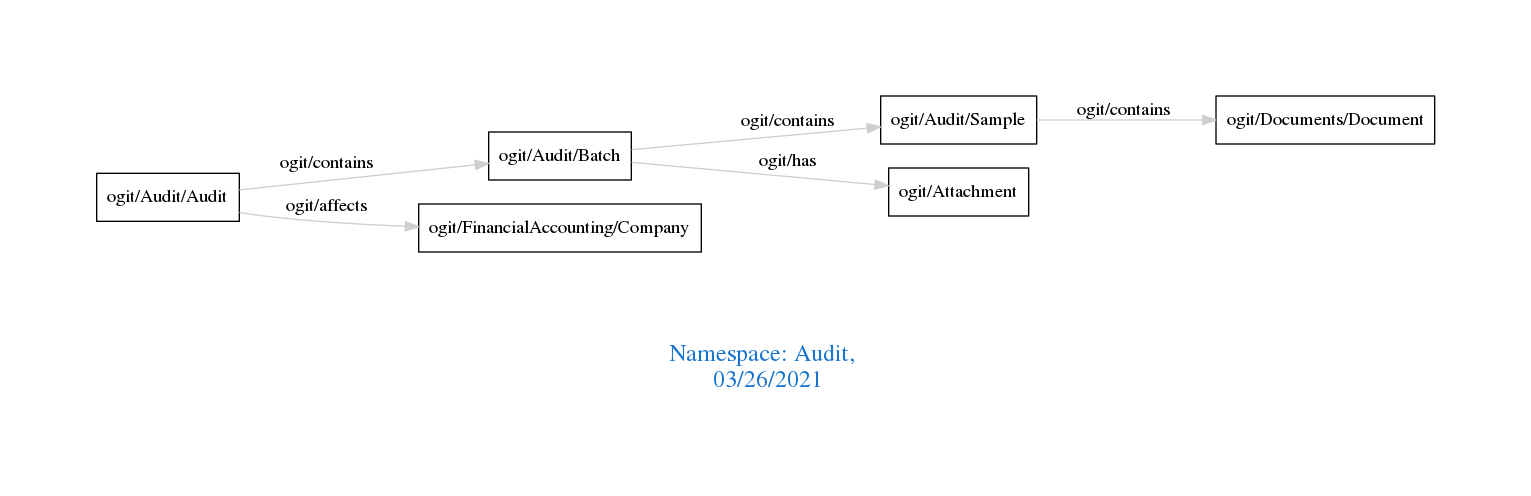
Earlier version of the Graphviz export downloads/Audit.png (arago/OGIT). Its source is kept beside it as downloads/Audit.dot.
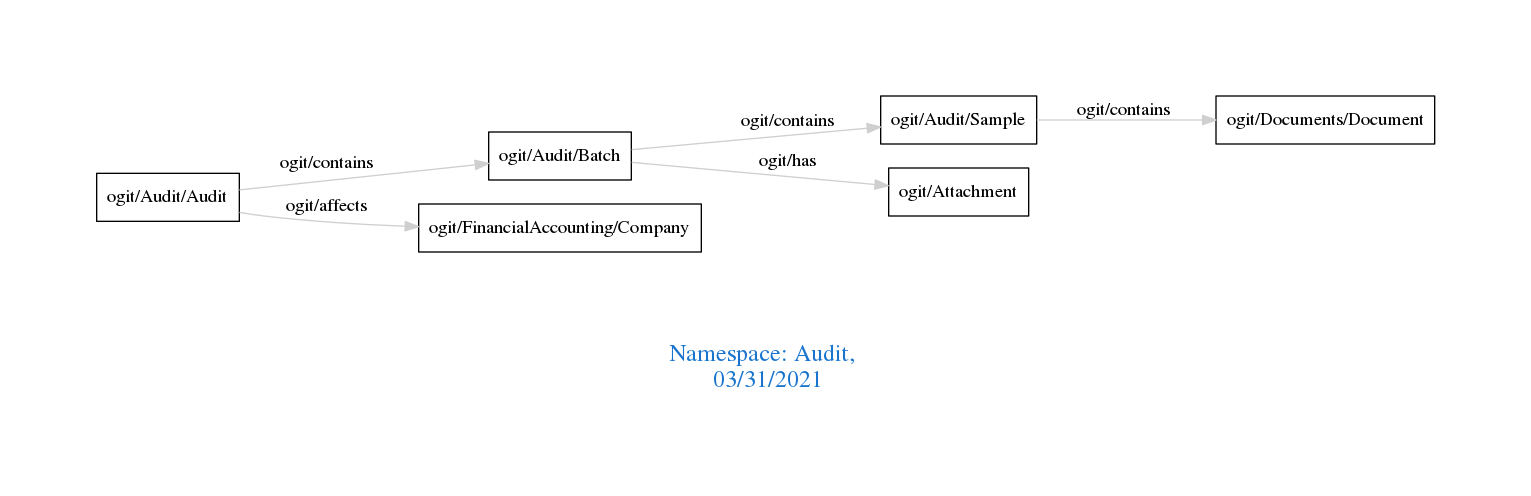
The same file after the commit.

What changed in the source:
```diff
@@ -1,7 +1,7 @@
 digraph OGIT_ontology {
  graph [ rankdir= LR,pad=1
 fontsize = 18,
-fontcolor= dodgerblue3,label = "\n\n\nNamespace: Audit, \n 03/26/2021"];
+fontcolor= dodgerblue3,label = "\n\n\nNamespace: Audit, \n 03/31/2021"];
 node[shape=polygon];
 edge [  color="gray81"];
 
```
